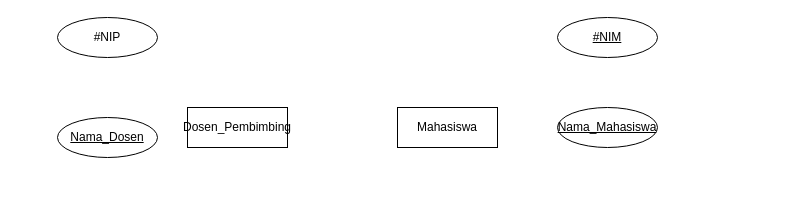
Before: Untitled Diagram.drawio in k149191/Konsep-Basis-Data, a draw.io diagram. Source tidied: cells renumbered, new cells numbered last; positions are measured from the earlier drawing's top-left corner, leaving out a move shared by most shapes. Both pictures are drawn from the tidied source at 100%, with x=0, y=0 at pixel (57, 17).
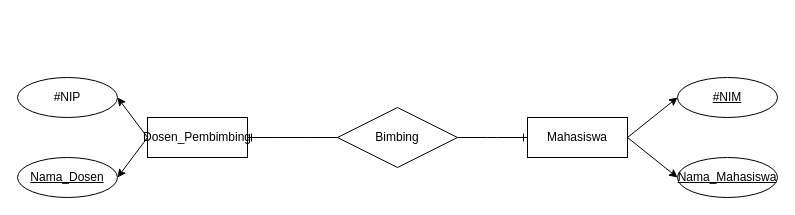
Above is the later version.

Diff of the diagram source:
```diff
@@
 <mxGraphModel>
   <root>
     <mxCell id="0" />
     <mxCell id="1" parent="0" />
+    <mxCell id="8" style="rounded=0;jettySize=auto;html=1;exitX=0;exitY=0.5;exitDx=0;exitDy=0;entryX=1;entryY=0.5;entryDx=0;entryDy=0;" parent="1" edge="1" source="2" target="5">
+      <mxGeometry relative="1" as="geometry" />
+    </mxCell>
     <mxCell id="2" value="Dosen_Pembimbing" style="whiteSpace=wrap;html=1;align=center;" parent="1" vertex="1">
-      <mxGeometry x="130" y="90" width="100" height="40" as="geometry" />
+      <mxGeometry x="90" y="100" width="100" height="40" as="geometry" />
     </mxCell>
+    <mxCell id="9" style="rounded=0;jettySize=auto;html=1;entryX=0;entryY=0.5;entryDx=0;entryDy=0;exitX=1;exitY=0.5;exitDx=0;exitDy=0;" parent="1" edge="1" source="3" target="6">
+      <mxGeometry relative="1" as="geometry" />
+    </mxCell>
     <mxCell id="3" value="Mahasiswa" style="whiteSpace=wrap;html=1;align=center;" parent="1" vertex="1">
-      <mxGeometry x="340" y="90" width="100" height="40" as="geometry" />
+      <mxGeometry x="470" y="100" width="100" height="40" as="geometry" />
     </mxCell>
+    <mxCell id="10" style="rounded=0;orthogonalLoop=1;jettySize=auto;html=1;entryX=0.738;entryY=0.931;entryDx=0;entryDy=0;entryPerimeter=0;" parent="1" edge="1" source="4" target="4">
+      <mxGeometry relative="1" as="geometry" />
+    </mxCell>
     <mxCell id="4" value="#NIP" style="ellipse;whiteSpace=wrap;html=1;align=center;" parent="1" vertex="1">
-      <mxGeometry width="100" height="40" as="geometry" />
+      <mxGeometry x="-40" y="60" width="100" height="40" as="geometry" />
     </mxCell>
     <mxCell id="5" value="Nama_Dosen" style="ellipse;whiteSpace=wrap;html=1;align=center;fontStyle=4;" parent="1" vertex="1">
-      <mxGeometry y="100" width="100" height="40" as="geometry" />
+      <mxGeometry x="-40" y="140" width="100" height="40" as="geometry" />
     </mxCell>
     <mxCell id="6" value="#NIM" style="ellipse;whiteSpace=wrap;html=1;align=center;fontStyle=4;" parent="1" vertex="1">
-      <mxGeometry x="500" width="100" height="40" as="geometry" />
+      <mxGeometry x="620" y="60" width="100" height="40" as="geometry" />
     </mxCell>
     <mxCell id="7" value="Nama_Mahasiswa" style="ellipse;whiteSpace=wrap;html=1;align=center;fontStyle=4;" parent="1" vertex="1">
-      <mxGeometry x="500" y="90" width="100" height="40" as="geometry" />
+      <mxGeometry x="620" y="140" width="100" height="40" as="geometry" />
     </mxCell>
+    <mxCell id="11" value="Bimbing" style="shape=rhombus;perimeter=rhombusPerimeter;whiteSpace=wrap;html=1;align=center;" parent="1" vertex="1">
+      <mxGeometry x="280" y="90" width="120" height="60" as="geometry" />
+    </mxCell>
+    <mxCell id="12" style="edgeStyle=entityRelationEdgeStyle;fontSize=12;html=1;endArrow=ERone;endFill=1;rounded=0;entryX=1;entryY=0.5;entryDx=0;entryDy=0;" parent="1" edge="1" source="11" target="2">
+      <mxGeometry relative="1" as="geometry" />
+    </mxCell>
+    <mxCell id="13" style="edgeStyle=entityRelationEdgeStyle;fontSize=12;html=1;endArrow=ERone;endFill=1;rounded=0;exitX=1;exitY=0.5;exitDx=0;exitDy=0;entryX=0;entryY=0.5;entryDx=0;entryDy=0;" parent="1" edge="1" source="11" target="3">
+      <mxGeometry relative="1" as="geometry" />
+    </mxCell>
+    <mxCell id="14" style="rounded=0;jettySize=auto;html=1;entryX=1;entryY=0.5;entryDx=0;entryDy=0;exitX=0;exitY=0.5;exitDx=0;exitDy=0;" parent="1" edge="1" source="2" target="4">
+      <mxGeometry relative="1" as="geometry" />
+    </mxCell>
+    <mxCell id="15" style="rounded=0;jettySize=auto;html=1;entryX=0;entryY=0.5;entryDx=0;entryDy=0;exitX=1;exitY=0.5;exitDx=0;exitDy=0;" parent="1" edge="1" source="3" target="7">
+      <mxGeometry relative="1" as="geometry" />
+    </mxCell>
   </root>
 </mxGraphModel>
```
